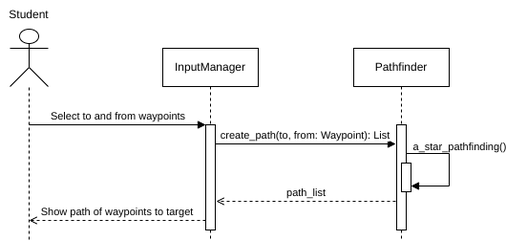
The draw.io diagram graphs/System Sequence Diagrams/NavigateToRoom.drawio.png in NotYetTerminal/Interactive-Map-SETU-Carlow, before a commit. Source tidied: cells renumbered, new cells last; positions are measured from the earlier drawing's top-left corner, leaving out a move shared by most shapes.
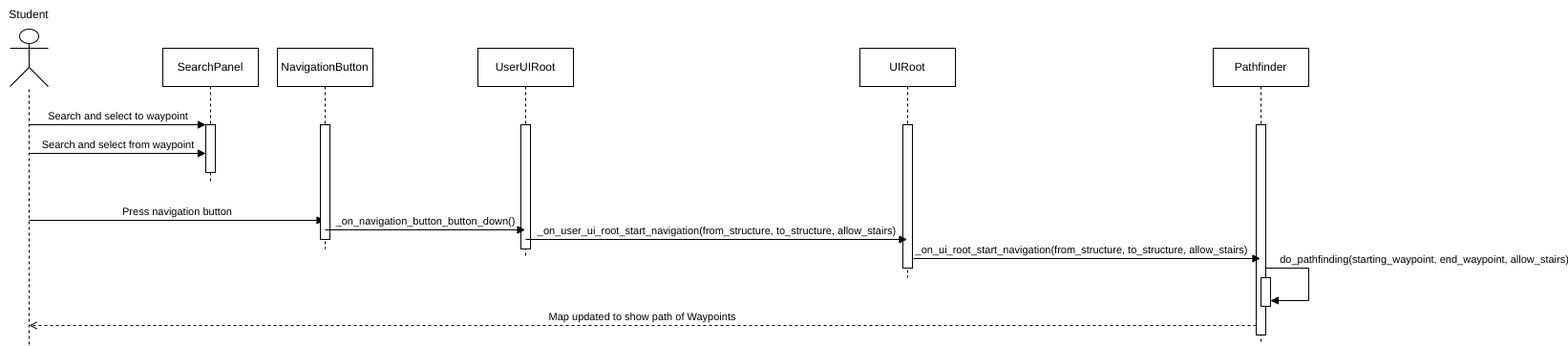
The same diagram one commit later.

The edit, as a diff of the source:
```diff
@@ -2,16 +2,13 @@
   <root>
     <mxCell id="0" />
     <mxCell id="1" parent="0" />
-    <mxCell id="2" value="InputManager" style="shape=umlLifeline;perimeter=lifelinePerimeter;whiteSpace=wrap;html=1;outlineConnect=0;portConstraint=eastwest;newEdgeStyle={&quot;edgeStyle&quot;:&quot;elbowEdgeStyle&quot;,&quot;elbow&quot;:&quot;vertical&quot;,&quot;curved&quot;:0,&quot;rounded&quot;:0};" parent="1" vertex="1">
-      <mxGeometry x="170" y="50" width="100" height="200" as="geometry" />
+    <mxCell id="2" value="SearchPanel" style="shape=umlLifeline;perimeter=lifelinePerimeter;whiteSpace=wrap;html=1;outlineConnect=0;portConstraint=eastwest;newEdgeStyle={&quot;edgeStyle&quot;:&quot;elbowEdgeStyle&quot;,&quot;elbow&quot;:&quot;vertical&quot;,&quot;curved&quot;:0,&quot;rounded&quot;:0};" parent="1" vertex="1">
+      <mxGeometry x="170" y="50" width="100" height="140" as="geometry" />
     </mxCell>
-    <mxCell id="3" style="edgeStyle=elbowEdgeStyle;rounded=0;jettySize=auto;html=1;elbow=vertical;curved=0;" parent="2" edge="1" source="4" target="2">
-      <mxGeometry relative="1" as="geometry" />
-    </mxCell>
     <mxCell id="4" style="html=1;points=[];perimeter=orthogonalPerimeter;outlineConnect=0;targetShapes=umlLifeline;portConstraint=eastwest;newEdgeStyle={&quot;edgeStyle&quot;:&quot;elbowEdgeStyle&quot;,&quot;elbow&quot;:&quot;vertical&quot;,&quot;curved&quot;:0,&quot;rounded&quot;:0};" parent="2" vertex="1">
-      <mxGeometry x="45" y="80" width="10" height="110" as="geometry" />
+      <mxGeometry x="45" y="80" width="10" height="50" as="geometry" />
     </mxCell>
-    <mxCell id="5" value="Select to and from waypoints" style="html=1;verticalAlign=bottom;endArrow=block;endSize=6;elbow=vertical;rounded=0;endFill=1;" parent="1" edge="1">
+    <mxCell id="5" value="Search and select to waypoint" style="html=1;verticalAlign=bottom;endArrow=block;endSize=6;elbow=vertical;rounded=0;endFill=1;" parent="1" edge="1">
       <mxGeometry relative="1" as="geometry">
         <mxPoint x="30" y="130" as="sourcePoint" />
         <mxPoint x="215" y="130" as="targetPoint" />
@@ -22,56 +19,89 @@
     </mxCell>
     <mxCell id="7" style="endArrow=none;dashed=1;html=1;rounded=0;" parent="1" edge="1" target="6">
       <mxGeometry relative="1" as="geometry">
-        <mxPoint x="30" y="250" as="sourcePoint" />
+        <mxPoint x="30" y="360" as="sourcePoint" />
       </mxGeometry>
     </mxCell>
     <mxCell id="8" value="Student" style="text;html=1;align=center;verticalAlign=middle;whiteSpace=wrap;rounded=0;" parent="1" vertex="1">
       <mxGeometry width="60" height="30" as="geometry" />
     </mxCell>
     <mxCell id="9" value="Pathfinder" style="shape=umlLifeline;perimeter=lifelinePerimeter;whiteSpace=wrap;html=1;outlineConnect=0;portConstraint=eastwest;newEdgeStyle={&quot;edgeStyle&quot;:&quot;elbowEdgeStyle&quot;,&quot;elbow&quot;:&quot;vertical&quot;,&quot;curved&quot;:0,&quot;rounded&quot;:0};" parent="1" vertex="1">
-      <mxGeometry x="370" y="50" width="100" height="200" as="geometry" />
+      <mxGeometry x="1270" y="50" width="100" height="310" as="geometry" />
     </mxCell>
     <mxCell id="10" style="html=1;points=[];perimeter=orthogonalPerimeter;outlineConnect=0;targetShapes=umlLifeline;portConstraint=eastwest;newEdgeStyle={&quot;edgeStyle&quot;:&quot;elbowEdgeStyle&quot;,&quot;elbow&quot;:&quot;vertical&quot;,&quot;curved&quot;:0,&quot;rounded&quot;:0};" parent="9" vertex="1">
-      <mxGeometry x="45" y="80" width="10" height="110" as="geometry" />
+      <mxGeometry x="45" y="80" width="10" height="220" as="geometry" />
     </mxCell>
     <mxCell id="11" style="html=1;points=[];perimeter=orthogonalPerimeter;outlineConnect=0;targetShapes=umlLifeline;portConstraint=eastwest;newEdgeStyle={&quot;edgeStyle&quot;:&quot;elbowEdgeStyle&quot;,&quot;elbow&quot;:&quot;vertical&quot;,&quot;curved&quot;:0,&quot;rounded&quot;:0};" parent="9" vertex="1">
-      <mxGeometry x="50" y="120" width="10" height="30" as="geometry" />
+      <mxGeometry x="50" y="240" width="10" height="30" as="geometry" />
     </mxCell>
-    <mxCell id="12" style="endArrow=block;html=1;rounded=0;elbow=vertical;endFill=1;verticalAlign=middle;edgeStyle=orthogonalEdgeStyle;" parent="9" edge="1" source="10" target="11">
+    <mxCell id="12" style="endArrow=block;html=1;rounded=0;elbow=vertical;endFill=1;verticalAlign=middle;edgeStyle=orthogonalEdgeStyle;" parent="9" edge="1" target="11">
       <mxGeometry relative="1" as="geometry">
+        <mxPoint x="55" y="230" as="sourcePoint" />
         <Array as="points">
-          <mxPoint x="100" y="110" />
-          <mxPoint x="100" y="144" />
+          <mxPoint x="100" y="230" />
+          <mxPoint x="100" y="264" />
         </Array>
       </mxGeometry>
     </mxCell>
-    <mxCell id="13" value="a_star_pathfinding()" style="edgeLabel;html=1;align=center;verticalAlign=middle;" parent="12" vertex="1">
+    <mxCell id="13" value="do_pathfinding(starting_waypoint, end_waypoint, allow_stairs)" style="edgeLabel;html=1;align=center;verticalAlign=middle;" parent="12" vertex="1">
       <mxGeometry x="-0.07" relative="1" as="geometry">
-        <mxPoint x="10" y="-19" as="offset" />
+        <mxPoint x="120" y="-21" as="offset" />
       </mxGeometry>
     </mxCell>
-    <mxCell id="14" style="endArrow=block;html=1;rounded=0;elbow=vertical;endFill=1;verticalAlign=middle;" parent="1" edge="1">
+    <mxCell id="14" style="endArrow=block;html=1;rounded=0;elbow=vertical;endFill=1;verticalAlign=middle;" parent="1" edge="1" target="9">
       <mxGeometry relative="1" as="geometry">
-        <mxPoint x="225" y="150" as="sourcePoint" />
-        <mxPoint x="414" y="150" as="targetPoint" />
+        <mxPoint x="956" y="270" as="sourcePoint" />
       </mxGeometry>
     </mxCell>
-    <mxCell id="15" value="create_path(to, from: Waypoint): List" style="edgeLabel;html=1;align=center;verticalAlign=middle;" parent="14" vertex="1">
+    <mxCell id="15" value="_on_ui_root_start_navigation(from_structure, to_structure, allow_stairs)" style="edgeLabel;html=1;align=center;verticalAlign=middle;" parent="14" vertex="1">
       <mxGeometry x="-0.07" relative="1" as="geometry">
         <mxPoint x="5" y="-10" as="offset" />
       </mxGeometry>
     </mxCell>
-    <mxCell id="16" value="path_list" style="html=1;verticalAlign=bottom;endArrow=open;elbow=vertical;rounded=0;dashed=1;endFill=0;" parent="1" edge="1">
-      <mxGeometry relative="1" as="geometry">
-        <mxPoint x="414" y="210" as="sourcePoint" />
-        <mxPoint x="226" y="210" as="targetPoint" />
-      </mxGeometry>
-    </mxCell>
-    <mxCell id="17" value="Show path of waypoints to target" style="html=1;verticalAlign=bottom;endArrow=open;elbow=vertical;rounded=0;dashed=1;endFill=0;" parent="1" edge="1">
+    <mxCell id="17" value="Map updated to show path of Waypoints" style="html=1;verticalAlign=bottom;endArrow=open;elbow=vertical;rounded=0;dashed=1;endFill=0;" parent="1" edge="1">
       <mxGeometry relative="1" as="geometry">
-        <mxPoint x="215" y="230" as="sourcePoint" />
-        <mxPoint x="30" y="230" as="targetPoint" />
+        <mxPoint x="1315" y="340" as="sourcePoint" />
+        <mxPoint x="30" y="340" as="targetPoint" />
       </mxGeometry>
     </mxCell>
+    <mxCell id="18" value="Search and select from waypoint" style="html=1;verticalAlign=bottom;endArrow=block;endSize=6;elbow=vertical;rounded=0;endFill=1;" parent="1" edge="1">
+      <mxGeometry relative="1" as="geometry">
+        <mxPoint x="30" y="160" as="sourcePoint" />
+        <mxPoint x="215" y="160" as="targetPoint" />
+      </mxGeometry>
+    </mxCell>
+    <mxCell id="19" value="Press navigation button" style="html=1;verticalAlign=bottom;endArrow=block;endSize=6;elbow=vertical;rounded=0;endFill=1;" parent="1" edge="1" target="20">
+      <mxGeometry relative="1" as="geometry">
+        <mxPoint x="30" y="230" as="sourcePoint" />
+      </mxGeometry>
+    </mxCell>
+    <mxCell id="20" value="NavigationButton" style="shape=umlLifeline;perimeter=lifelinePerimeter;whiteSpace=wrap;html=1;outlineConnect=0;portConstraint=eastwest;newEdgeStyle={&quot;edgeStyle&quot;:&quot;elbowEdgeStyle&quot;,&quot;elbow&quot;:&quot;vertical&quot;,&quot;curved&quot;:0,&quot;rounded&quot;:0};" parent="1" vertex="1">
+      <mxGeometry x="290" y="50" width="100" height="210" as="geometry" />
+    </mxCell>
+    <mxCell id="21" style="html=1;perimeter=orthogonalPerimeter;targetShapes=umlLifeline;newEdgeStyle={&quot;edgeStyle&quot;:&quot;elbowEdgeStyle&quot;,&quot;elbow&quot;:&quot;vertical&quot;,&quot;curved&quot;:0,&quot;rounded&quot;:0};" parent="20" vertex="1">
+      <mxGeometry x="45" y="80" width="10" height="120" as="geometry" />
+    </mxCell>
+    <mxCell id="22" value="UserUIRoot" style="shape=umlLifeline;perimeter=lifelinePerimeter;whiteSpace=wrap;html=1;outlineConnect=0;portConstraint=eastwest;newEdgeStyle={&quot;edgeStyle&quot;:&quot;elbowEdgeStyle&quot;,&quot;elbow&quot;:&quot;vertical&quot;,&quot;curved&quot;:0,&quot;rounded&quot;:0};" parent="1" vertex="1">
+      <mxGeometry x="500" y="50" width="100" height="220" as="geometry" />
+    </mxCell>
+    <mxCell id="23" style="html=1;perimeter=orthogonalPerimeter;targetShapes=umlLifeline;newEdgeStyle={&quot;edgeStyle&quot;:&quot;elbowEdgeStyle&quot;,&quot;elbow&quot;:&quot;vertical&quot;,&quot;curved&quot;:0,&quot;rounded&quot;:0};" parent="22" vertex="1">
+      <mxGeometry x="45" y="80" width="10" height="130" as="geometry" />
+    </mxCell>
+    <mxCell id="24" value="_on_navigation_button_button_down()" style="html=1;verticalAlign=bottom;endArrow=block;endSize=6;elbow=vertical;rounded=0;endFill=1;" parent="1" edge="1" target="22">
+      <mxGeometry relative="1" as="geometry">
+        <mxPoint x="340" y="240" as="sourcePoint" />
+      </mxGeometry>
+    </mxCell>
+    <mxCell id="25" value="UIRoot" style="shape=umlLifeline;perimeter=lifelinePerimeter;whiteSpace=wrap;html=1;outlineConnect=0;portConstraint=eastwest;newEdgeStyle={&quot;edgeStyle&quot;:&quot;elbowEdgeStyle&quot;,&quot;elbow&quot;:&quot;vertical&quot;,&quot;curved&quot;:0,&quot;rounded&quot;:0};" parent="1" vertex="1">
+      <mxGeometry x="900" y="50" width="100" height="240" as="geometry" />
+    </mxCell>
+    <mxCell id="26" style="html=1;perimeter=orthogonalPerimeter;targetShapes=umlLifeline;newEdgeStyle={&quot;edgeStyle&quot;:&quot;elbowEdgeStyle&quot;,&quot;elbow&quot;:&quot;vertical&quot;,&quot;curved&quot;:0,&quot;rounded&quot;:0};" parent="25" vertex="1">
+      <mxGeometry x="45" y="80" width="10" height="150" as="geometry" />
+    </mxCell>
+    <mxCell id="27" value="_on_user_ui_root_start_navigation(from_structure, to_structure, allow_stairs)" style="html=1;verticalAlign=bottom;endArrow=block;endSize=6;elbow=vertical;rounded=0;endFill=1;" parent="1" edge="1" target="25">
+      <mxGeometry relative="1" as="geometry">
+        <mxPoint x="550" y="250" as="sourcePoint" />
+      </mxGeometry>
+    </mxCell>
   </root>
 </mxGraphModel>
```
